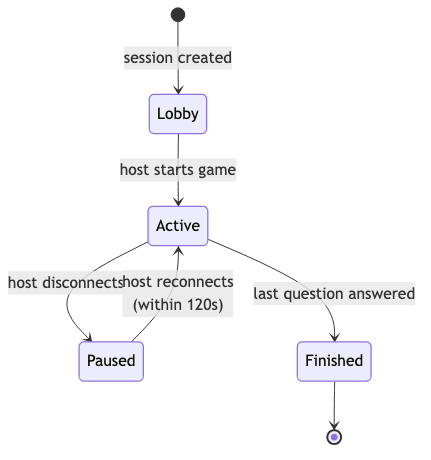
This is docs/images/session-lifecycle.png from campeis/quiz-game, a Mermaid export, as it was before one commit. Its source is kept beside it as docs/diagrams/session-lifecycle.mmd.
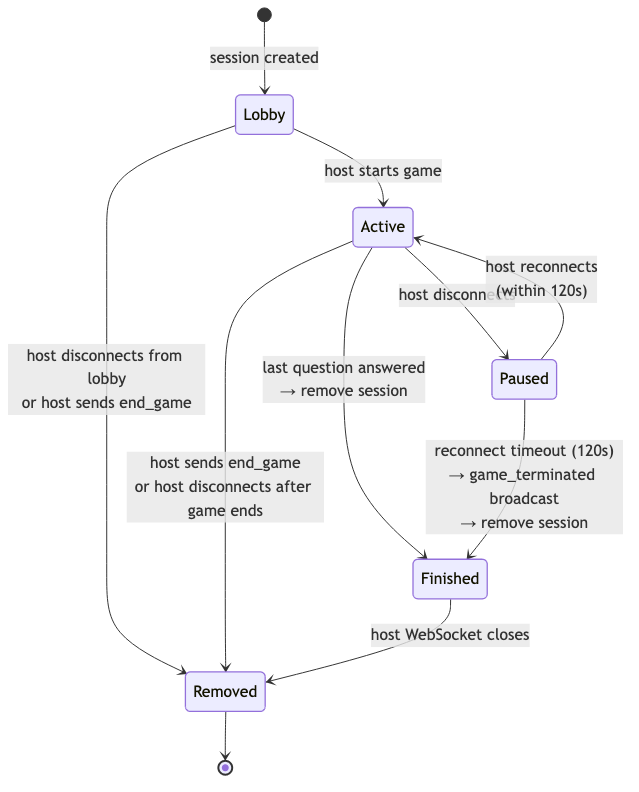
Above is the later version.

Commit message:
docs: update architecture and session-lifecycle diagram for session cleanup

- session-lifecycle.mmd: add Removed terminal state with all three
  cleanup paths (normal end, host timeout, lobby/end_game/post-game exit)
- architecture.md: update session_manager and game_engine service
  descriptions; add session cleanup explanation to lifecycle section
- Regenerate all PNG images

What changed in the source:
```diff
@@ -3,5 +3,9 @@
     Lobby --> Active : host starts game
     Active --> Paused : host disconnects
     Paused --> Active : host reconnects<br/>(within 120s)
-    Active --> Finished : last question answered
-    Finished --> [*]
+    Active --> Finished : last question answered<br/>→ remove session
+    Paused --> Finished : reconnect timeout (120s)<br/>→ game_terminated broadcast<br/>→ remove session
+    Lobby --> Removed : host disconnects from lobby<br/>or host sends end_game
+    Active --> Removed : host sends end_game<br/>or host disconnects after game ends
+    Finished --> Removed : host WebSocket closes
+    Removed --> [*]
```
